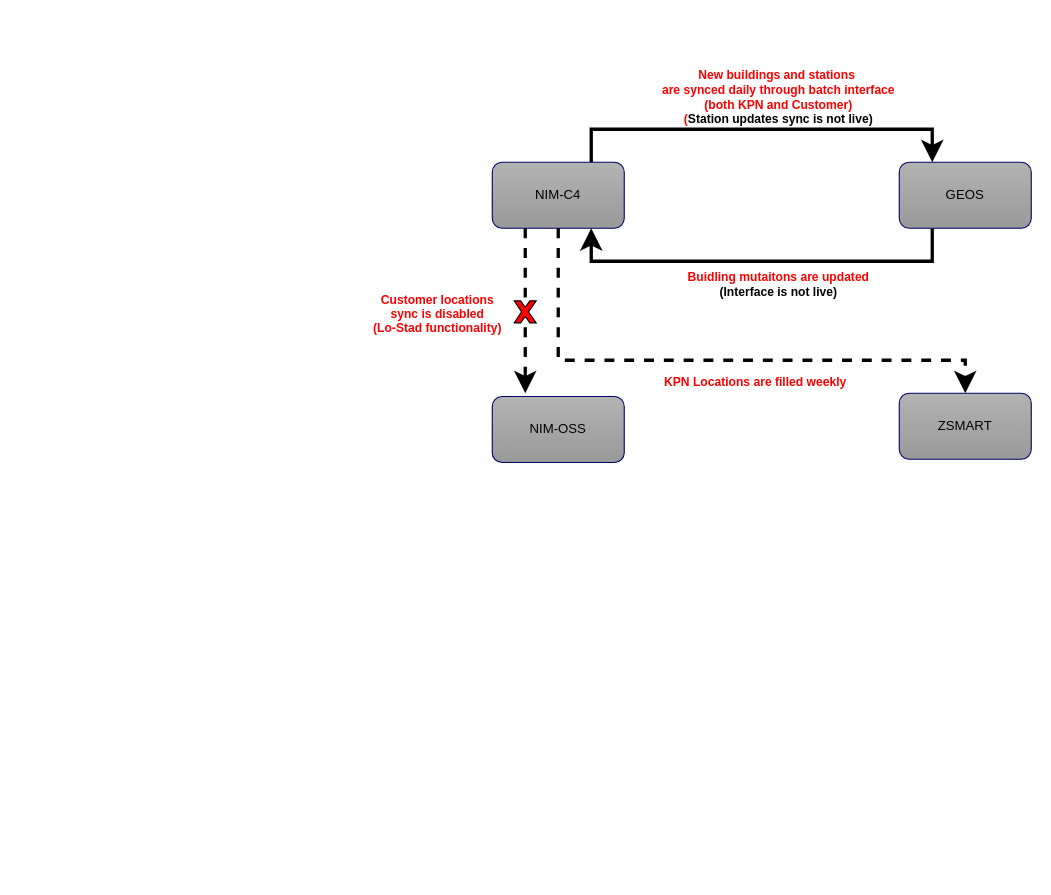
Earlier version of the draw.io diagram page "Location" (6 of 6) of Untitled Diagram.drawio (dearishtaq/hello-world-old). Source tidied: cells renumbered, new cells numbered last; positions are measured from the earlier drawing's top-left corner, leaving out a move shared by most shapes. Both pictures are drawn from the tidied source at 110%, with x=0, y=0 at pixel (492, 129).
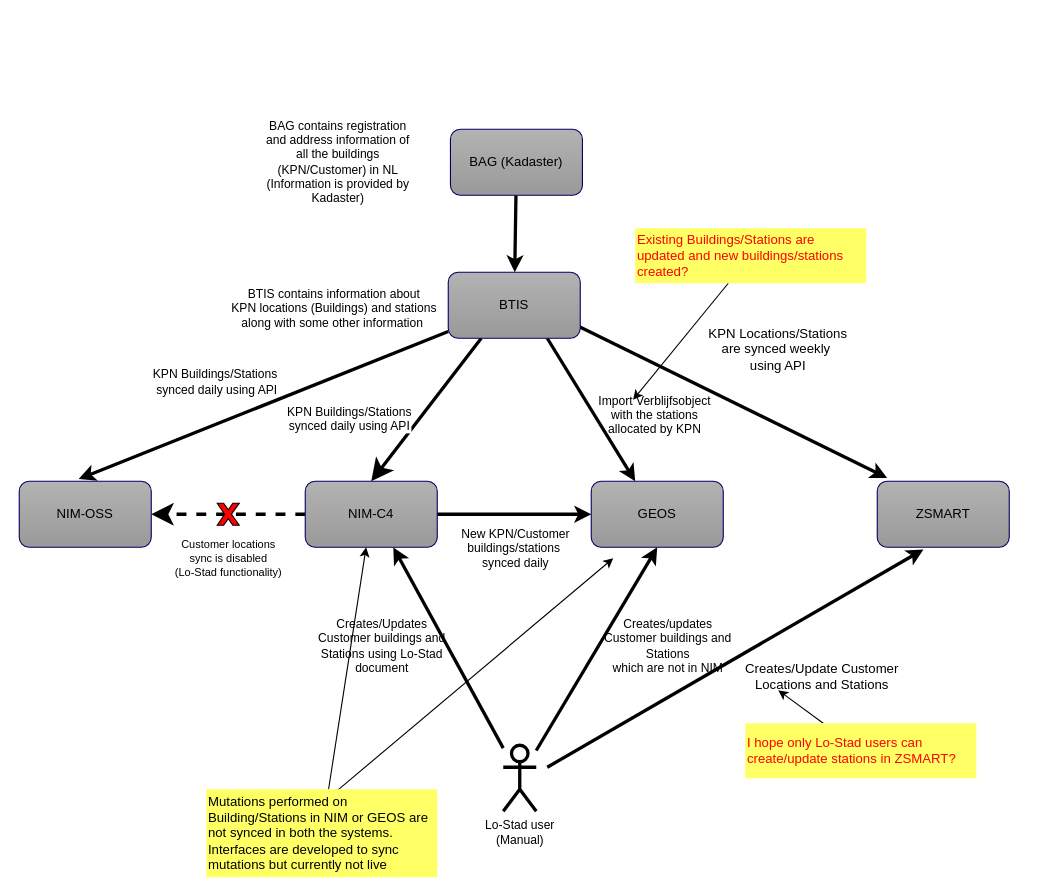
After the change.

Change to the diagram source:
```diff
@@
-    <mxCell id="2" value="&lt;font color=&quot;#ff0000&quot;&gt;&lt;b&gt;Customer locations &lt;br&gt;sync is disabled&lt;br&gt;(Lo-Stad functionality)&lt;br&gt;&lt;/b&gt;&lt;/font&gt;" style="edgeStyle=orthogonalEdgeStyle;rounded=0;jettySize=auto;html=1;strokeColor=#000000;fontColor=#000000;exitX=0.25;exitY=1;exitDx=0;exitDy=0;dashed=1;shadow=0;strokeWidth=3;endSize=11;startSize=11;sketch=0;" parent="1" edge="1" source="5">
-      <mxGeometry x="0.05" y="-80" relative="1" as="geometry">
-        <mxPoint x="30" y="240" as="targetPoint" />
-      </mxGeometry>
+    <mxCell id="2" value="&lt;span style=&quot;font-size: 10px&quot;&gt;Customer locations &lt;br&gt;sync is disabled&lt;br&gt;(Lo-Stad functionality)&lt;br&gt;&lt;/span&gt;" style="edgeStyle=orthogonalEdgeStyle;rounded=0;jettySize=auto;html=1;strokeColor=#000000;fontColor=#000000;dashed=1;shadow=0;strokeWidth=3;endSize=11;startSize=11;sketch=0;exitX=0;exitY=0.5;exitDx=0;exitDy=0;entryX=1;entryY=0.5;entryDx=0;entryDy=0;fontStyle=0;" parent="1" edge="1" source="5" target="9">
+      <mxGeometry y="40" relative="1" as="geometry" />
     </mxCell>
-    <mxCell id="3" style="edgeStyle=orthogonalEdgeStyle;rounded=0;jettySize=auto;html=1;entryX=0.25;entryY=0;entryDx=0;entryDy=0;fontColor=#000000;exitX=0.75;exitY=0;exitDx=0;exitDy=0;jumpSize=9;jumpStyle=arc;startSize=11;endSize=11;shadow=0;sketch=0;strokeWidth=3;" parent="1" edge="1" source="5" target="8">
-      <mxGeometry relative="1" as="geometry">
-        <Array as="points">
-          <mxPoint x="90" />
-          <mxPoint x="400" />
-        </Array>
-      </mxGeometry>
+    <mxCell id="3" style="edgeStyle=none;rounded=0;jettySize=auto;html=1;entryX=0;entryY=0.5;entryDx=0;entryDy=0;strokeWidth=3;" parent="1" edge="1" source="5" target="8">
+      <mxGeometry relative="1" as="geometry" />
     </mxCell>
-    <mxCell id="4" value="&lt;font color=&quot;#ff0000&quot;&gt;&lt;b&gt;New buildings and stations&amp;nbsp;&lt;br&gt;are synced daily through batch interface&lt;br&gt;&lt;/b&gt;&lt;/font&gt;&lt;b style=&quot;color: rgb(255 , 0 , 0)&quot;&gt;(both KPN and Customer)&lt;br&gt;&lt;/b&gt;&lt;b&gt;&lt;font color=&quot;#ff0000&quot;&gt;(&lt;/font&gt;Station updates sync is not live)&lt;br&gt;&lt;/b&gt;" style="edgeLabel;html=1;align=center;verticalAlign=middle;fontColor=#000000;" parent="3" vertex="1">
-      <mxGeometry x="-0.28" y="1" relative="1" as="geometry">
-        <mxPoint x="66" y="-29" as="offset" />
-      </mxGeometry>
-    </mxCell>
+    <mxCell id="13" value="&lt;span style=&quot;font-size: 11px;&quot;&gt;New KPN/Customer &lt;br style=&quot;font-size: 11px;&quot;&gt;buildings/stations&amp;nbsp;&lt;br style=&quot;font-size: 11px;&quot;&gt;synced daily&lt;/span&gt;" style="edgeLabel;html=1;align=center;verticalAlign=middle;fontSize=11;fontStyle=0;" parent="3" vertex="1">
+      <mxGeometry x="0.19" y="-2" relative="1" as="geometry">
+        <mxPoint x="-13" y="28" as="offset" />
+      </mxGeometry>
+    </mxCell>
     <mxCell id="5" value="NIM-C4" style="rounded=1;whiteSpace=wrap;html=1;strokeColor=#000066;fillColor=#B3B3B3;gradientColor=#999999;fontColor=#000000;" parent="1" vertex="1">
-      <mxGeometry y="30" width="120" height="60" as="geometry" />
+      <mxGeometry x="-170" y="320" width="120" height="60" as="geometry" />
     </mxCell>
-    <mxCell id="6" style="edgeStyle=orthogonalEdgeStyle;rounded=0;jettySize=auto;html=1;entryX=0.75;entryY=1;entryDx=0;entryDy=0;strokeColor=#000000;fontColor=#000000;exitX=0.25;exitY=1;exitDx=0;exitDy=0;shadow=0;strokeWidth=3;endSize=11;startSize=11;sketch=0;startArrow=none;startFill=0;" parent="1" edge="1" source="8" target="5">
-      <mxGeometry relative="1" as="geometry">
-        <Array as="points">
-          <mxPoint x="400" y="120" />
-          <mxPoint x="90" y="120" />
-        </Array>
-      </mxGeometry>
-    </mxCell>
-    <mxCell id="7" value="&lt;b&gt;Buidling mutaitons are updated&lt;br&gt;&lt;font color=&quot;#000000&quot;&gt;(Interface is not live)&lt;/font&gt;&lt;br&gt;&lt;/b&gt;" style="edgeLabel;html=1;align=center;verticalAlign=middle;fontColor=#FF0000;" parent="6" vertex="1">
-      <mxGeometry x="-0.11" y="2" relative="1" as="geometry">
-        <mxPoint x="-6" y="18" as="offset" />
-      </mxGeometry>
-    </mxCell>
     <mxCell id="8" value="GEOS" style="rounded=1;whiteSpace=wrap;html=1;strokeColor=#000066;fillColor=#B3B3B3;gradientColor=#999999;fontColor=#000000;" parent="1" vertex="1">
-      <mxGeometry x="370" y="30" width="120" height="60" as="geometry" />
+      <mxGeometry x="90" y="320" width="120" height="60" as="geometry" />
     </mxCell>
     <mxCell id="9" value="NIM-OSS" style="rounded=1;whiteSpace=wrap;html=1;strokeColor=#000066;fillColor=#B3B3B3;gradientColor=#999999;fontColor=#000000;" parent="1" vertex="1">
-      <mxGeometry y="243" width="120" height="60" as="geometry" />
+      <mxGeometry x="-430" y="320" width="120" height="60" as="geometry" />
     </mxCell>
     <mxCell id="10" value="ZSMART" style="rounded=1;whiteSpace=wrap;html=1;strokeColor=#000066;fillColor=#B3B3B3;gradientColor=#999999;fontColor=#000000;" parent="1" vertex="1">
-      <mxGeometry x="370" y="240" width="120" height="60" as="geometry" />
+      <mxGeometry x="350" y="320" width="120" height="60" as="geometry" />
     </mxCell>
-    <mxCell id="11" value="&lt;font color=&quot;#ff0000&quot; face=&quot;helvetica&quot;&gt;&lt;b&gt;KPN Locations are filled weekly&lt;/b&gt;&lt;/font&gt;" style="edgeStyle=orthogonalEdgeStyle;rounded=0;jettySize=auto;html=1;strokeColor=#000000;fontColor=#000000;entryX=0.5;entryY=0;entryDx=0;entryDy=0;shadow=0;strokeWidth=3;endSize=11;startSize=11;sketch=0;dashed=1;" parent="1" edge="1" source="5" target="10">
-      <mxGeometry x="0.15" y="-20" relative="1" as="geometry">
-        <Array as="points">
-          <mxPoint x="60" y="210" />
-          <mxPoint x="430" y="210" />
-        </Array>
-      </mxGeometry>
-    </mxCell>
     <mxCell id="12" style="verticalLabelPosition=bottom;verticalAlign=top;html=1;shape=mxgraph.basic.x;fillColor=#FF0000;" parent="1" vertex="1">
-      <mxGeometry x="20" y="156" width="20" height="20" as="geometry" />
+      <mxGeometry x="-250" y="340" width="20" height="20" as="geometry" />
     </mxCell>
+    <mxCell id="14" value="KPN Buildings/Stations &lt;br&gt;synced daily using API" style="edgeStyle=none;rounded=0;jettySize=auto;html=1;exitX=0.25;exitY=1;exitDx=0;exitDy=0;shadow=0;strokeWidth=3;endSize=11;startSize=11;sketch=0;horizontal=1;verticalAlign=bottom;entryX=0.5;entryY=0;entryDx=0;entryDy=0;" parent="1" edge="1" source="18" target="5">
+      <mxGeometry x="0.76" y="-40" relative="1" as="geometry">
+        <mxPoint y="-1" as="offset" />
+      </mxGeometry>
+    </mxCell>
+    <mxCell id="15" style="edgeStyle=none;rounded=0;jettySize=auto;html=1;entryX=0.333;entryY=0;entryDx=0;entryDy=0;entryPerimeter=0;strokeWidth=3;fontSize=11;exitX=0.75;exitY=1;exitDx=0;exitDy=0;" parent="1" edge="1" source="18" target="8">
+      <mxGeometry relative="1" as="geometry" />
+    </mxCell>
+    <mxCell id="16" style="edgeStyle=none;rounded=0;jettySize=auto;html=1;entryX=0.075;entryY=-0.05;entryDx=0;entryDy=0;entryPerimeter=0;strokeWidth=3;fontSize=11;" parent="1" edge="1" target="10">
+      <mxGeometry relative="1" as="geometry">
+        <mxPoint x="70" y="175" as="sourcePoint" />
+      </mxGeometry>
+    </mxCell>
+    <mxCell id="17" style="edgeStyle=none;rounded=0;jettySize=auto;html=1;entryX=0.45;entryY=-0.033;entryDx=0;entryDy=0;entryPerimeter=0;strokeWidth=3;fontSize=11;" parent="1" edge="1" source="18" target="9">
+      <mxGeometry relative="1" as="geometry" />
+    </mxCell>
+    <mxCell id="18" value="BTIS" style="rounded=1;whiteSpace=wrap;html=1;strokeColor=#000066;fillColor=#B3B3B3;gradientColor=#999999;fontColor=#000000;" parent="1" vertex="1">
+      <mxGeometry x="-40" y="130" width="120" height="60" as="geometry" />
+    </mxCell>
+    <mxCell id="19" value="BTIS contains information about &lt;br&gt;KPN locations (Buildings) and stations &lt;br&gt;along with some other information&amp;nbsp;" style="edgeLabel;html=1;align=center;verticalAlign=middle;fontColor=#000000;" parent="1" vertex="1">
+      <mxGeometry x="-420" y="-100" as="geometry">
+        <mxPoint x="275" y="262" as="offset" />
+      </mxGeometry>
+    </mxCell>
+    <mxCell id="20" style="edgeStyle=none;rounded=0;jettySize=auto;html=1;strokeWidth=1;fontSize=11;" parent="1" edge="1" source="22" target="5">
+      <mxGeometry relative="1" as="geometry" />
+    </mxCell>
+    <mxCell id="21" style="edgeStyle=none;rounded=0;jettySize=auto;html=1;strokeWidth=1;fontSize=11;exitX=0.568;exitY=0.013;exitDx=0;exitDy=0;exitPerimeter=0;" parent="1" edge="1" source="22">
+      <mxGeometry relative="1" as="geometry">
+        <mxPoint x="110" y="390" as="targetPoint" />
+      </mxGeometry>
+    </mxCell>
+    <mxCell id="22" value="Mutations performed on Building/Stations in NIM or GEOS are not synced in both the systems. &lt;br&gt;Interfaces are developed to sync mutations but currently not live" style="text;html=1;strokeColor=none;align=left;verticalAlign=middle;whiteSpace=wrap;overflow=hidden;fillColor=#FFFF66;" parent="1" vertex="1">
+      <mxGeometry x="-260" y="600" width="210" height="80" as="geometry" />
+    </mxCell>
+    <mxCell id="23" style="edgeStyle=none;rounded=0;jettySize=auto;html=1;strokeWidth=3;fontSize=11;" parent="1" edge="1" source="24" target="18">
+      <mxGeometry relative="1" as="geometry" />
+    </mxCell>
+    <mxCell id="24" value="BAG (Kadaster)" style="rounded=1;whiteSpace=wrap;html=1;strokeColor=#000066;fillColor=#B3B3B3;gradientColor=#999999;fontColor=#000000;" parent="1" vertex="1">
+      <mxGeometry x="-38" width="120" height="60" as="geometry" />
+    </mxCell>
+    <mxCell id="25" value="BAG contains registration and address information of all the buildings (KPN/Customer) in NL &lt;br&gt;(Information is provided by Kadaster)" style="text;html=1;strokeColor=none;fillColor=none;align=center;verticalAlign=middle;whiteSpace=wrap;rounded=0;fontSize=11;" parent="1" vertex="1">
+      <mxGeometry x="-210" y="20" width="140" height="20" as="geometry" />
+    </mxCell>
+    <mxCell id="26" value="Import Verblijfsobject with the stations allocated by KPN" style="text;html=1;strokeColor=none;fillColor=none;align=center;verticalAlign=middle;whiteSpace=wrap;rounded=0;fontSize=11;" parent="1" vertex="1">
+      <mxGeometry x="94" y="250" width="108" height="20" as="geometry" />
+    </mxCell>
+    <mxCell id="27" value="&lt;span style=&quot;font-size: 12px ; text-align: left&quot;&gt;KPN Locations/Stations are synced &lt;/span&gt;&lt;span style=&quot;font-size: 12px ; text-align: left&quot;&gt;weekly&amp;nbsp;&lt;/span&gt;&lt;span style=&quot;font-size: 12px ; text-align: left&quot;&gt;&lt;br&gt;using API&lt;/span&gt;" style="text;html=1;strokeColor=none;fillColor=none;align=center;verticalAlign=middle;whiteSpace=wrap;rounded=0;fontSize=11;" parent="1" vertex="1">
+      <mxGeometry x="190" y="190" width="140" height="20" as="geometry" />
+    </mxCell>
+    <mxCell id="28" style="edgeStyle=none;rounded=0;jettySize=auto;html=1;entryX=0.667;entryY=1;entryDx=0;entryDy=0;entryPerimeter=0;strokeWidth=3;fontSize=11;" parent="1" edge="1" source="31" target="5">
+      <mxGeometry relative="1" as="geometry" />
+    </mxCell>
+    <mxCell id="29" style="edgeStyle=none;rounded=0;jettySize=auto;html=1;entryX=0.5;entryY=1;entryDx=0;entryDy=0;strokeWidth=3;fontSize=11;" parent="1" edge="1" source="31" target="8">
+      <mxGeometry relative="1" as="geometry" />
+    </mxCell>
+    <mxCell id="30" style="edgeStyle=none;rounded=0;jettySize=auto;html=1;entryX=0.35;entryY=1.033;entryDx=0;entryDy=0;entryPerimeter=0;strokeWidth=3;fontSize=11;" parent="1" edge="1" target="10">
+      <mxGeometry relative="1" as="geometry">
+        <mxPoint x="50" y="580" as="sourcePoint" />
+      </mxGeometry>
+    </mxCell>
+    <mxCell id="31" value="Lo-Stad user&lt;br&gt;(Manual)" style="shape=umlActor;verticalLabelPosition=bottom;verticalAlign=top;html=1;outlineConnect=0;fontSize=11;align=center;strokeWidth=3;" parent="1" vertex="1">
+      <mxGeometry x="10" y="560" width="30" height="60" as="geometry" />
+    </mxCell>
+    <mxCell id="32" value="Creates/Updates Customer buildings and Stations using Lo-Stad document" style="text;html=1;strokeColor=none;fillColor=none;align=center;verticalAlign=middle;whiteSpace=wrap;rounded=0;fontSize=11;" parent="1" vertex="1">
+      <mxGeometry x="-160" y="460" width="120" height="20" as="geometry" />
+    </mxCell>
+    <mxCell id="33" value="Creates/updates Customer buildings and Stations&lt;br&gt;which are not in NIM" style="text;html=1;strokeColor=none;fillColor=none;align=center;verticalAlign=middle;whiteSpace=wrap;rounded=0;fontSize=11;" parent="1" vertex="1">
+      <mxGeometry x="100" y="460" width="120" height="20" as="geometry" />
+    </mxCell>
+    <mxCell id="34" value="&lt;br style=&quot;font-size: 12px ; text-align: left&quot;&gt;&lt;span style=&quot;font-size: 12px ; text-align: left&quot;&gt;Creates/Update Customer Locations and Stations&lt;/span&gt;" style="text;html=1;strokeColor=none;fillColor=none;align=center;verticalAlign=middle;whiteSpace=wrap;rounded=0;fontSize=11;" parent="1" vertex="1">
+      <mxGeometry x="220" y="490" width="160" as="geometry" />
+    </mxCell>
+    <mxCell id="35" value="&#10;&#10;&lt;span style=&quot;color: rgb(0, 0, 0); font-family: helvetica; font-size: 11px; font-style: normal; font-weight: 400; letter-spacing: normal; text-align: center; text-indent: 0px; text-transform: none; word-spacing: 0px; background-color: rgb(255, 255, 255); display: inline; float: none;&quot;&gt;KPN Buildings/Stations&lt;span&gt;&amp;nbsp;&lt;/span&gt;&lt;/span&gt;&lt;br style=&quot;color: rgb(0, 0, 0); font-family: helvetica; font-size: 11px; font-style: normal; font-weight: 400; letter-spacing: normal; text-align: center; text-indent: 0px; text-transform: none; word-spacing: 0px;&quot;&gt;&lt;span style=&quot;color: rgb(0, 0, 0); font-family: helvetica; font-size: 11px; font-style: normal; font-weight: 400; letter-spacing: normal; text-align: center; text-indent: 0px; text-transform: none; word-spacing: 0px; background-color: rgb(255, 255, 255); display: inline; float: none;&quot;&gt;synced daily using API&lt;/span&gt;&#10;&#10;" style="text;html=1;strokeColor=none;fillColor=none;align=center;verticalAlign=middle;whiteSpace=wrap;rounded=0;fontSize=11;" parent="1" vertex="1">
+      <mxGeometry x="-330" y="220" width="160" height="20" as="geometry" />
+    </mxCell>
+    <mxCell id="36" style="edgeStyle=none;rounded=0;jettySize=auto;html=1;entryX=0.315;entryY=-0.2;entryDx=0;entryDy=0;entryPerimeter=0;strokeWidth=1;fontSize=11;" parent="1" edge="1" source="37" target="26">
+      <mxGeometry relative="1" as="geometry" />
+    </mxCell>
+    <mxCell id="37" value="&lt;font color=&quot;#ff0000&quot;&gt;Existing Buildings/Stations are updated and new buildings/stations created?&lt;/font&gt;" style="text;html=1;strokeColor=none;align=left;verticalAlign=middle;whiteSpace=wrap;overflow=hidden;fillColor=#FFFF66;" parent="1" vertex="1">
+      <mxGeometry x="130" y="90" width="210" height="50" as="geometry" />
+    </mxCell>
+    <mxCell id="38" style="edgeStyle=none;rounded=0;jettySize=auto;html=1;strokeWidth=1;fontSize=11;" parent="1" edge="1" source="39">
+      <mxGeometry relative="1" as="geometry">
+        <mxPoint x="260" y="510" as="targetPoint" />
+      </mxGeometry>
+    </mxCell>
+    <mxCell id="39" value="&lt;font color=&quot;#ff0000&quot;&gt;I hope only Lo-Stad users can create/update stations in ZSMART?&lt;/font&gt;" style="text;html=1;strokeColor=none;align=left;verticalAlign=middle;whiteSpace=wrap;overflow=hidden;fillColor=#FFFF66;" parent="1" vertex="1">
+      <mxGeometry x="230" y="540" width="210" height="50" as="geometry" />
+    </mxCell>
```
